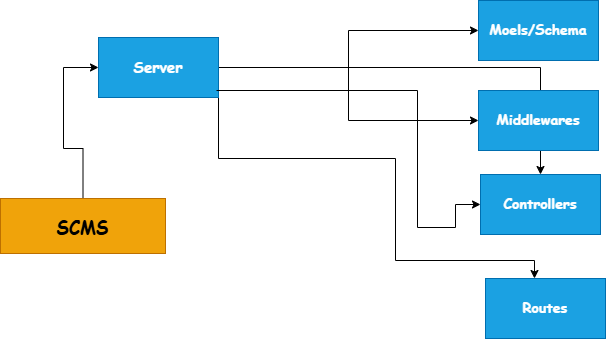
Above: SCMS.drawio.png in Rakhi-web579/collegems (draw.io), before the change. Source tidied: cells renumbered, new cells last; positions are measured from the earlier drawing's top-left corner, leaving out a move shared by most shapes.
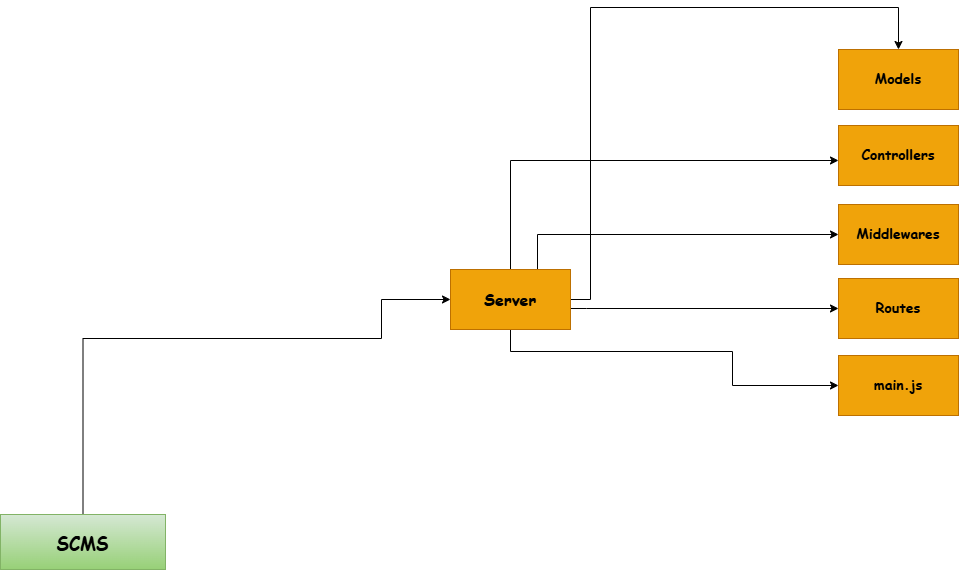
After the change.

What changed in the source:
```diff
@@ -5,59 +5,72 @@
     <mxCell id="2" style="edgeStyle=orthogonalEdgeStyle;rounded=0;jettySize=auto;html=1;" parent="1" edge="1" source="13" target="7">
       <mxGeometry relative="1" as="geometry">
         <Array as="points">
-          <mxPoint x="83" y="148" />
-          <mxPoint x="63" y="148" />
-          <mxPoint x="63" y="67" />
+          <mxPoint x="65" y="54" />
+          <mxPoint x="364" y="54" />
+          <mxPoint x="364" y="15" />
         </Array>
       </mxGeometry>
     </mxCell>
-    <mxCell id="3" style="edgeStyle=orthogonalEdgeStyle;rounded=0;jettySize=auto;html=1;" parent="1" edge="1" source="7" target="8">
-      <mxGeometry relative="1" as="geometry" />
-    </mxCell>
+    <mxCell id="13" value="&lt;b&gt;&lt;font style=&quot;font-size: 18px; color: light-dark(rgb(0, 0, 0), rgb(255, 255, 255));&quot; face=&quot;Comic Sans MS&quot;&gt;SCMS&lt;/font&gt;&lt;/b&gt;" style="rounded=0;whiteSpace=wrap;html=1;fillColor=#d5e8d4;gradientColor=#97d077;strokeColor=#82b366;" parent="1" vertex="1">
+      <mxGeometry x="-17" y="230" width="165" height="55" as="geometry" />
+    </mxCell>
+    <mxCell id="14" style="edgeStyle=orthogonalEdgeStyle;rounded=0;jettySize=auto;html=1;" parent="1" edge="1" source="7" target="16">
+      <mxGeometry relative="1" as="geometry">
+        <Array as="points">
+          <mxPoint x="573" y="15" />
+          <mxPoint x="573" y="-277" />
+          <mxPoint x="881" y="-277" />
+        </Array>
+      </mxGeometry>
+    </mxCell>
+    <mxCell id="5" style="edgeStyle=orthogonalEdgeStyle;rounded=0;jettySize=auto;html=1;" parent="1" edge="1" source="7" target="12">
+      <mxGeometry relative="1" as="geometry">
+        <Array as="points">
+          <mxPoint x="493" y="-124" />
+        </Array>
+      </mxGeometry>
+    </mxCell>
-    <mxCell id="4" style="edgeStyle=orthogonalEdgeStyle;rounded=0;jettySize=auto;html=1;" parent="1" edge="1" source="7" target="9">
-      <mxGeometry relative="1" as="geometry" />
+    <mxCell id="4" style="edgeStyle=orthogonalEdgeStyle;rounded=0;jettySize=auto;html=1;exitX=0.75;exitY=0;exitDx=0;exitDy=0;" parent="1" edge="1" source="7" target="9">
+      <mxGeometry relative="1" as="geometry">
+        <Array as="points">
+          <mxPoint x="520" y="-15" />
+          <mxPoint x="520" y="-50" />
+        </Array>
+      </mxGeometry>
     </mxCell>
-    <mxCell id="5" style="edgeStyle=orthogonalEdgeStyle;rounded=0;jettySize=auto;html=1;" parent="1" edge="1" source="7" target="12">
-      <mxGeometry relative="1" as="geometry" />
-    </mxCell>
-    <mxCell id="6" style="edgeStyle=orthogonalEdgeStyle;rounded=0;jettySize=auto;html=1;exitX=1;exitY=1;exitDx=0;exitDy=0;" parent="1" edge="1" source="7" target="10">
+    <mxCell id="6" style="edgeStyle=orthogonalEdgeStyle;rounded=0;jettySize=auto;html=1;" parent="1" edge="1" source="7" target="10">
       <mxGeometry relative="1" as="geometry">
         <Array as="points">
-          <mxPoint x="218" y="158" />
-          <mxPoint x="395" y="158" />
-          <mxPoint x="395" y="260" />
-          <mxPoint x="534" y="260" />
+          <mxPoint x="569" y="24" />
+          <mxPoint x="569" y="24" />
         </Array>
       </mxGeometry>
     </mxCell>
+    <mxCell id="15" style="edgeStyle=orthogonalEdgeStyle;rounded=0;jettySize=auto;html=1;" parent="1" edge="1" source="7" target="17">
+      <mxGeometry relative="1" as="geometry">
+        <Array as="points">
+          <mxPoint x="493" y="67" />
+          <mxPoint x="715" y="67" />
+        </Array>
+      </mxGeometry>
+    </mxCell>
-    <mxCell id="7" value="&lt;font style=&quot;font-size: 15px;&quot; face=&quot;Comic Sans MS&quot;&gt;&lt;b&gt;Server&lt;/b&gt;&lt;/font&gt;" style="rounded=0;whiteSpace=wrap;html=1;fillColor=#1ba1e2;strokeColor=#006EAF;fontColor=#ffffff;" parent="1" vertex="1">
-      <mxGeometry x="98" y="37" width="120" height="60" as="geometry" />
+    <mxCell id="7" value="&lt;b&gt;&lt;font face=&quot;Comic Sans MS&quot; style=&quot;font-size: 16px;&quot;&gt;Server&lt;/font&gt;&lt;/b&gt;" style="whiteSpace=wrap;html=1;fillColor=#f0a30a;strokeColor=#BD7000;fontColor=#000000;rounded=0;" parent="1" vertex="1">
+      <mxGeometry x="433" y="-15" width="120" height="60" as="geometry" />
     </mxCell>
-    <mxCell id="8" value="&lt;b&gt;&lt;font face=&quot;Comic Sans MS&quot; style=&quot;font-size: 14px;&quot;&gt;Moels/Schema&lt;/font&gt;&lt;/b&gt;" style="rounded=0;whiteSpace=wrap;html=1;fillColor=#1ba1e2;strokeColor=#006EAF;fontColor=#ffffff;" parent="1" vertex="1">
-      <mxGeometry x="478" width="120" height="60" as="geometry" />
-    </mxCell>
+    <mxCell id="16" value="&lt;b&gt;&lt;font face=&quot;Comic Sans MS&quot; style=&quot;font-size: 14px;&quot;&gt;Models&lt;/font&gt;&lt;/b&gt;" style="whiteSpace=wrap;html=1;fillColor=#f0a30a;strokeColor=#BD7000;fontColor=#000000;rounded=0;" parent="1" vertex="1">
+      <mxGeometry x="821" y="-235" width="120" height="60" as="geometry" />
+    </mxCell>
+    <mxCell id="12" value="&lt;b&gt;&lt;font style=&quot;font-size: 14px;&quot; face=&quot;Comic Sans MS&quot;&gt;Controllers&lt;/font&gt;&lt;/b&gt;" style="whiteSpace=wrap;html=1;fillColor=#f0a30a;strokeColor=#BD7000;fontColor=#000000;rounded=0;" parent="1" vertex="1">
+      <mxGeometry x="821" y="-159" width="120" height="60" as="geometry" />
+    </mxCell>
-    <mxCell id="9" value="&lt;b&gt;&lt;font face=&quot;Comic Sans MS&quot; style=&quot;font-size: 14px;&quot;&gt;Middlewares&lt;/font&gt;&lt;/b&gt;" style="whiteSpace=wrap;html=1;fillColor=#1ba1e2;strokeColor=#006EAF;fontColor=#ffffff;rounded=0;" parent="1" vertex="1">
-      <mxGeometry x="478" y="90" width="120" height="60" as="geometry" />
+    <mxCell id="9" value="&lt;b&gt;&lt;font face=&quot;Comic Sans MS&quot; style=&quot;font-size: 14px;&quot;&gt;Middlewares&lt;/font&gt;&lt;/b&gt;" style="whiteSpace=wrap;html=1;fillColor=#f0a30a;strokeColor=#BD7000;fontColor=#000000;rounded=0;" parent="1" vertex="1">
+      <mxGeometry x="821" y="-80" width="120" height="60" as="geometry" />
     </mxCell>
-    <mxCell id="10" value="&lt;b&gt;&lt;font face=&quot;Comic Sans MS&quot; style=&quot;font-size: 14px;&quot;&gt;Routes&lt;/font&gt;&lt;/b&gt;" style="whiteSpace=wrap;html=1;fillColor=#1ba1e2;strokeColor=#006EAF;fontColor=#ffffff;rounded=0;" parent="1" vertex="1">
-      <mxGeometry x="485" y="278" width="120" height="60" as="geometry" />
+    <mxCell id="10" value="&lt;font face=&quot;Comic Sans MS&quot; style=&quot;font-size: 14px;&quot;&gt;&lt;b&gt;Routes&lt;/b&gt;&lt;/font&gt;" style="whiteSpace=wrap;html=1;fillColor=#f0a30a;strokeColor=#BD7000;fontColor=#000000;rounded=0;" parent="1" vertex="1">
+      <mxGeometry x="821" y="-6" width="120" height="60" as="geometry" />
     </mxCell>
-    <mxCell id="11" style="edgeStyle=orthogonalEdgeStyle;rounded=0;jettySize=auto;html=1;entryX=0;entryY=0.5;entryDx=0;entryDy=0;" parent="1" edge="1" target="12">
-      <mxGeometry relative="1" as="geometry">
-        <mxPoint x="216" y="90" as="sourcePoint" />
-        <Array as="points">
-          <mxPoint x="417" y="90" />
-          <mxPoint x="417" y="227" />
-          <mxPoint x="455" y="227" />
-          <mxPoint x="455" y="204" />
-        </Array>
-      </mxGeometry>
-    </mxCell>
-    <mxCell id="12" value="&lt;font face=&quot;Comic Sans MS&quot; style=&quot;font-size: 14px;&quot;&gt;&lt;b style=&quot;&quot;&gt;Controllers&lt;/b&gt;&lt;/font&gt;" style="whiteSpace=wrap;html=1;fillColor=#1ba1e2;strokeColor=#006EAF;fontColor=#ffffff;rounded=0;" parent="1" vertex="1">
-      <mxGeometry x="480" y="174" width="120" height="60" as="geometry" />
-    </mxCell>
-    <mxCell id="13" value="&lt;b&gt;&lt;font style=&quot;font-size: 18px; color: light-dark(rgb(0, 0, 0), rgb(255, 255, 255));&quot; face=&quot;Comic Sans MS&quot;&gt;SCMS&lt;/font&gt;&lt;/b&gt;" style="rounded=0;whiteSpace=wrap;html=1;fillColor=#f0a30a;fontColor=#000000;strokeColor=#BD7000;" parent="1" vertex="1">
-      <mxGeometry y="198" width="165" height="55" as="geometry" />
-    </mxCell>
+    <mxCell id="17" value="&lt;b&gt;&lt;font face=&quot;Comic Sans MS&quot; style=&quot;font-size: 14px;&quot;&gt;main.js&lt;/font&gt;&lt;/b&gt;" style="whiteSpace=wrap;html=1;fillColor=#f0a30a;strokeColor=#BD7000;fontColor=#000000;rounded=0;" parent="1" vertex="1">
+      <mxGeometry x="821" y="71" width="120" height="60" as="geometry" />
+    </mxCell>
   </root>
 </mxGraphModel>
```
